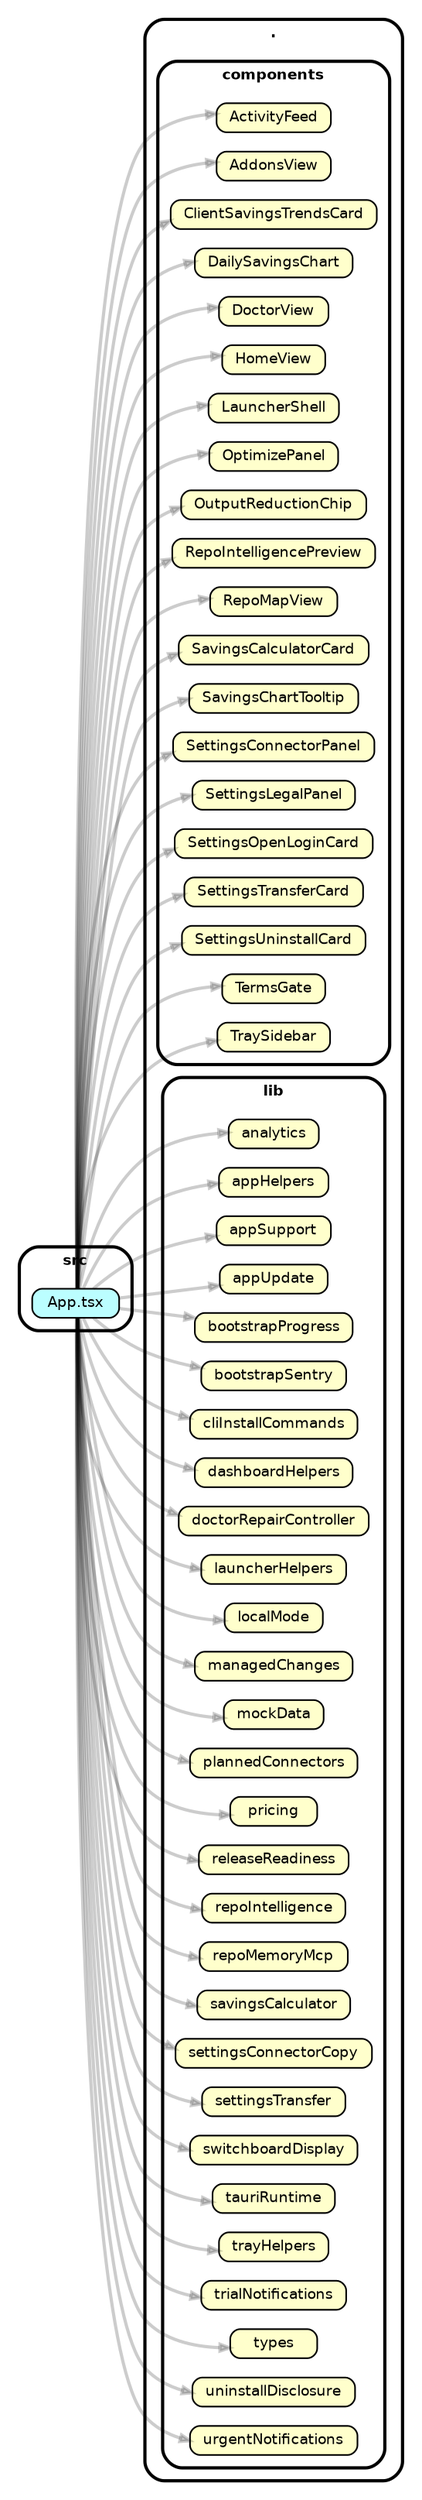
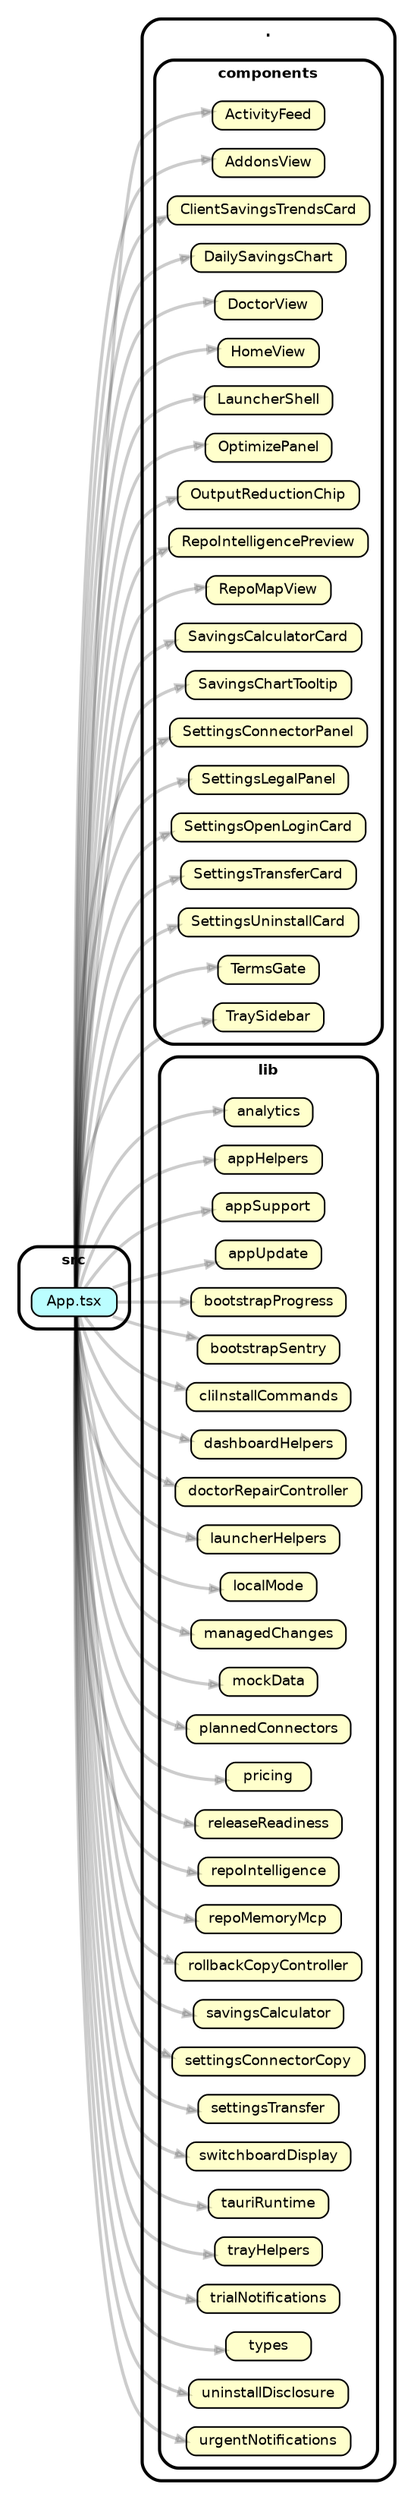
strict digraph "dependency-cruiser output"{
    rankdir="LR" splines="true" overlap="false" nodesep="0.16" ranksep="0.18" fontname="Helvetica-bold" fontsize="9" style="rounded,bold,filled" fillcolor="#ffffff" compound="true"
    node [shape="box" style="rounded, filled" height="0.2" color="black" fillcolor="#ffffcc" fontcolor="black" fontname="Helvetica" fontsize="9"]
    edge [arrowhead="normal" arrowsize="0.6" penwidth="2.0" color="#00000033" fontname="Helvetica" fontsize="9"]

    subgraph "cluster_." {label="." subgraph "cluster_./components" {label="components" "./components/ActivityFeed" [label=<ActivityFeed> tooltip="ActivityFeed" ] } }
    subgraph "cluster_." {label="." subgraph "cluster_./components" {label="components" "./components/AddonsView" [label=<AddonsView> tooltip="AddonsView" ] } }
    subgraph "cluster_." {label="." subgraph "cluster_./components" {label="components" "./components/ClientSavingsTrendsCard" [label=<ClientSavingsTrendsCard> tooltip="ClientSavingsTrendsCard" ] } }
    subgraph "cluster_." {label="." subgraph "cluster_./components" {label="components" "./components/DailySavingsChart" [label=<DailySavingsChart> tooltip="DailySavingsChart" ] } }
    subgraph "cluster_." {label="." subgraph "cluster_./components" {label="components" "./components/DoctorView" [label=<DoctorView> tooltip="DoctorView" ] } }
    subgraph "cluster_." {label="." subgraph "cluster_./components" {label="components" "./components/HomeView" [label=<HomeView> tooltip="HomeView" ] } }
    subgraph "cluster_." {label="." subgraph "cluster_./components" {label="components" "./components/LauncherShell" [label=<LauncherShell> tooltip="LauncherShell" ] } }
    subgraph "cluster_." {label="." subgraph "cluster_./components" {label="components" "./components/OptimizePanel" [label=<OptimizePanel> tooltip="OptimizePanel" ] } }
    subgraph "cluster_." {label="." subgraph "cluster_./components" {label="components" "./components/OutputReductionChip" [label=<OutputReductionChip> tooltip="OutputReductionChip" ] } }
    subgraph "cluster_." {label="." subgraph "cluster_./components" {label="components" "./components/RepoIntelligencePreview" [label=<RepoIntelligencePreview> tooltip="RepoIntelligencePreview" ] } }
    subgraph "cluster_." {label="." subgraph "cluster_./components" {label="components" "./components/RepoMapView" [label=<RepoMapView> tooltip="RepoMapView" ] } }
    subgraph "cluster_." {label="." subgraph "cluster_./components" {label="components" "./components/SavingsCalculatorCard" [label=<SavingsCalculatorCard> tooltip="SavingsCalculatorCard" ] } }
    subgraph "cluster_." {label="." subgraph "cluster_./components" {label="components" "./components/SavingsChartTooltip" [label=<SavingsChartTooltip> tooltip="SavingsChartTooltip" ] } }
    subgraph "cluster_." {label="." subgraph "cluster_./components" {label="components" "./components/SettingsConnectorPanel" [label=<SettingsConnectorPanel> tooltip="SettingsConnectorPanel" ] } }
    subgraph "cluster_." {label="." subgraph "cluster_./components" {label="components" "./components/SettingsLegalPanel" [label=<SettingsLegalPanel> tooltip="SettingsLegalPanel" ] } }
    subgraph "cluster_." {label="." subgraph "cluster_./components" {label="components" "./components/SettingsOpenLoginCard" [label=<SettingsOpenLoginCard> tooltip="SettingsOpenLoginCard" ] } }
    subgraph "cluster_." {label="." subgraph "cluster_./components" {label="components" "./components/SettingsTransferCard" [label=<SettingsTransferCard> tooltip="SettingsTransferCard" ] } }
    subgraph "cluster_." {label="." subgraph "cluster_./components" {label="components" "./components/SettingsUninstallCard" [label=<SettingsUninstallCard> tooltip="SettingsUninstallCard" ] } }
    subgraph "cluster_." {label="." subgraph "cluster_./components" {label="components" "./components/TermsGate" [label=<TermsGate> tooltip="TermsGate" ] } }
    subgraph "cluster_." {label="." subgraph "cluster_./components" {label="components" "./components/TraySidebar" [label=<TraySidebar> tooltip="TraySidebar" ] } }
    subgraph "cluster_." {label="." subgraph "cluster_./lib" {label="lib" "./lib/analytics" [label=<analytics> tooltip="analytics" ] } }
    subgraph "cluster_." {label="." subgraph "cluster_./lib" {label="lib" "./lib/appHelpers" [label=<appHelpers> tooltip="appHelpers" ] } }
    subgraph "cluster_." {label="." subgraph "cluster_./lib" {label="lib" "./lib/appSupport" [label=<appSupport> tooltip="appSupport" ] } }
    subgraph "cluster_." {label="." subgraph "cluster_./lib" {label="lib" "./lib/appUpdate" [label=<appUpdate> tooltip="appUpdate" ] } }
    subgraph "cluster_." {label="." subgraph "cluster_./lib" {label="lib" "./lib/bootstrapProgress" [label=<bootstrapProgress> tooltip="bootstrapProgress" ] } }
    subgraph "cluster_." {label="." subgraph "cluster_./lib" {label="lib" "./lib/bootstrapSentry" [label=<bootstrapSentry> tooltip="bootstrapSentry" ] } }
    subgraph "cluster_." {label="." subgraph "cluster_./lib" {label="lib" "./lib/cliInstallCommands" [label=<cliInstallCommands> tooltip="cliInstallCommands" ] } }
    subgraph "cluster_." {label="." subgraph "cluster_./lib" {label="lib" "./lib/dashboardHelpers" [label=<dashboardHelpers> tooltip="dashboardHelpers" ] } }
    subgraph "cluster_." {label="." subgraph "cluster_./lib" {label="lib" "./lib/doctorRepairController" [label=<doctorRepairController> tooltip="doctorRepairController" ] } }
    subgraph "cluster_." {label="." subgraph "cluster_./lib" {label="lib" "./lib/launcherHelpers" [label=<launcherHelpers> tooltip="launcherHelpers" ] } }
    subgraph "cluster_." {label="." subgraph "cluster_./lib" {label="lib" "./lib/localMode" [label=<localMode> tooltip="localMode" ] } }
    subgraph "cluster_." {label="." subgraph "cluster_./lib" {label="lib" "./lib/managedChanges" [label=<managedChanges> tooltip="managedChanges" ] } }
    subgraph "cluster_." {label="." subgraph "cluster_./lib" {label="lib" "./lib/mockData" [label=<mockData> tooltip="mockData" ] } }
    subgraph "cluster_." {label="." subgraph "cluster_./lib" {label="lib" "./lib/plannedConnectors" [label=<plannedConnectors> tooltip="plannedConnectors" ] } }
    subgraph "cluster_." {label="." subgraph "cluster_./lib" {label="lib" "./lib/pricing" [label=<pricing> tooltip="pricing" ] } }
    subgraph "cluster_." {label="." subgraph "cluster_./lib" {label="lib" "./lib/releaseReadiness" [label=<releaseReadiness> tooltip="releaseReadiness" ] } }
    subgraph "cluster_." {label="." subgraph "cluster_./lib" {label="lib" "./lib/repoIntelligence" [label=<repoIntelligence> tooltip="repoIntelligence" ] } }
    subgraph "cluster_." {label="." subgraph "cluster_./lib" {label="lib" "./lib/repoMemoryMcp" [label=<repoMemoryMcp> tooltip="repoMemoryMcp" ] } }
+     subgraph "cluster_." {label="." subgraph "cluster_./lib" {label="lib" "./lib/rollbackCopyController" [label=<rollbackCopyController> tooltip="rollbackCopyController" ] } }
    subgraph "cluster_." {label="." subgraph "cluster_./lib" {label="lib" "./lib/savingsCalculator" [label=<savingsCalculator> tooltip="savingsCalculator" ] } }
    subgraph "cluster_." {label="." subgraph "cluster_./lib" {label="lib" "./lib/settingsConnectorCopy" [label=<settingsConnectorCopy> tooltip="settingsConnectorCopy" ] } }
    subgraph "cluster_." {label="." subgraph "cluster_./lib" {label="lib" "./lib/settingsTransfer" [label=<settingsTransfer> tooltip="settingsTransfer" ] } }
    subgraph "cluster_." {label="." subgraph "cluster_./lib" {label="lib" "./lib/switchboardDisplay" [label=<switchboardDisplay> tooltip="switchboardDisplay" ] } }
    subgraph "cluster_." {label="." subgraph "cluster_./lib" {label="lib" "./lib/tauriRuntime" [label=<tauriRuntime> tooltip="tauriRuntime" ] } }
    subgraph "cluster_." {label="." subgraph "cluster_./lib" {label="lib" "./lib/trayHelpers" [label=<trayHelpers> tooltip="trayHelpers" ] } }
    subgraph "cluster_." {label="." subgraph "cluster_./lib" {label="lib" "./lib/trialNotifications" [label=<trialNotifications> tooltip="trialNotifications" ] } }
    subgraph "cluster_." {label="." subgraph "cluster_./lib" {label="lib" "./lib/types" [label=<types> tooltip="types" ] } }
    subgraph "cluster_." {label="." subgraph "cluster_./lib" {label="lib" "./lib/uninstallDisclosure" [label=<uninstallDisclosure> tooltip="uninstallDisclosure" ] } }
    subgraph "cluster_." {label="." subgraph "cluster_./lib" {label="lib" "./lib/urgentNotifications" [label=<urgentNotifications> tooltip="urgentNotifications" ] } }
    subgraph "cluster_src" {label="src" "src/App.tsx" [label=<App.tsx> tooltip="App.tsx" URL="src/App.tsx" fillcolor="#bbfeff"] }
    "src/App.tsx" -> "./components/ActivityFeed"
    "src/App.tsx" -> "./components/AddonsView"
    "src/App.tsx" -> "./components/ClientSavingsTrendsCard"
    "src/App.tsx" -> "./components/DailySavingsChart"
    "src/App.tsx" -> "./components/DoctorView"
    "src/App.tsx" -> "./components/HomeView"
    "src/App.tsx" -> "./components/LauncherShell"
    "src/App.tsx" -> "./components/OptimizePanel"
    "src/App.tsx" -> "./components/OutputReductionChip"
    "src/App.tsx" -> "./components/RepoIntelligencePreview"
    "src/App.tsx" -> "./components/RepoMapView"
    "src/App.tsx" -> "./components/SavingsCalculatorCard"
    "src/App.tsx" -> "./components/SavingsChartTooltip"
    "src/App.tsx" -> "./components/SettingsConnectorPanel"
    "src/App.tsx" -> "./components/SettingsLegalPanel"
    "src/App.tsx" -> "./components/SettingsOpenLoginCard"
    "src/App.tsx" -> "./components/SettingsTransferCard"
    "src/App.tsx" -> "./components/SettingsUninstallCard"
    "src/App.tsx" -> "./components/TermsGate"
    "src/App.tsx" -> "./components/TraySidebar"
    "src/App.tsx" -> "./lib/analytics"
    "src/App.tsx" -> "./lib/appHelpers"
    "src/App.tsx" -> "./lib/appSupport"
    "src/App.tsx" -> "./lib/appUpdate"
    "src/App.tsx" -> "./lib/bootstrapProgress"
    "src/App.tsx" -> "./lib/bootstrapSentry"
    "src/App.tsx" -> "./lib/cliInstallCommands"
    "src/App.tsx" -> "./lib/dashboardHelpers"
    "src/App.tsx" -> "./lib/doctorRepairController"
    "src/App.tsx" -> "./lib/launcherHelpers"
    "src/App.tsx" -> "./lib/localMode"
    "src/App.tsx" -> "./lib/managedChanges"
    "src/App.tsx" -> "./lib/mockData"
    "src/App.tsx" -> "./lib/plannedConnectors"
    "src/App.tsx" -> "./lib/pricing"
    "src/App.tsx" -> "./lib/releaseReadiness"
    "src/App.tsx" -> "./lib/repoIntelligence"
    "src/App.tsx" -> "./lib/repoMemoryMcp"
+     "src/App.tsx" -> "./lib/rollbackCopyController"
    "src/App.tsx" -> "./lib/savingsCalculator"
    "src/App.tsx" -> "./lib/settingsConnectorCopy"
    "src/App.tsx" -> "./lib/settingsTransfer"
    "src/App.tsx" -> "./lib/switchboardDisplay"
    "src/App.tsx" -> "./lib/tauriRuntime"
    "src/App.tsx" -> "./lib/trayHelpers"
    "src/App.tsx" -> "./lib/trialNotifications"
    "src/App.tsx" -> "./lib/types"
    "src/App.tsx" -> "./lib/uninstallDisclosure"
    "src/App.tsx" -> "./lib/urgentNotifications"
}
